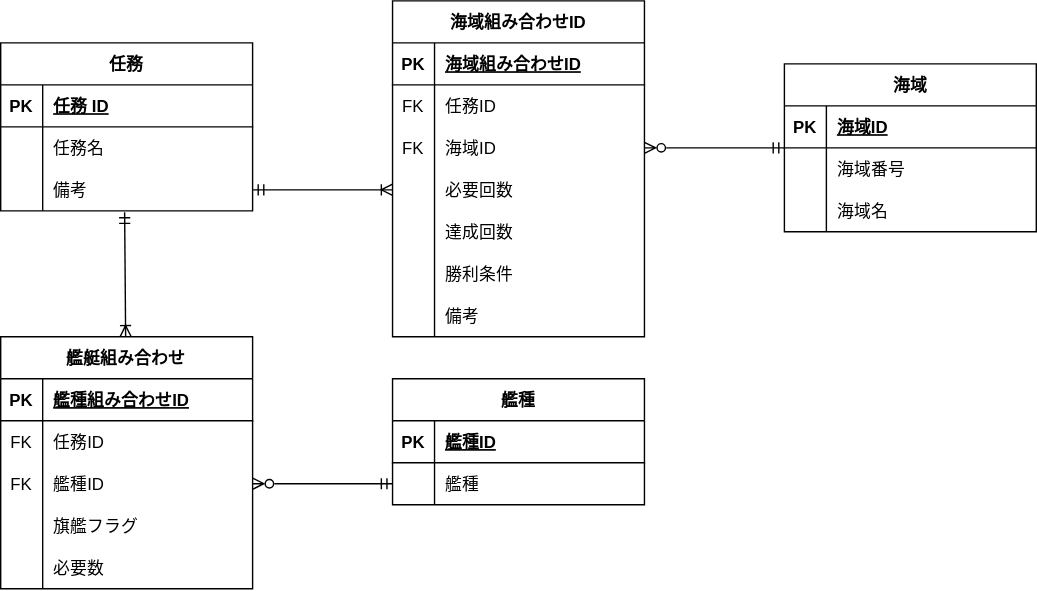
Before: doc/db-Ronri.drawio.svg, a diagram exported from draw.io (Dorayaki-Chan/KankoreQuest). Source tidied: cells renumbered, new cells last; positions are measured from the earlier drawing's top-left corner, leaving out a move shared by most shapes.
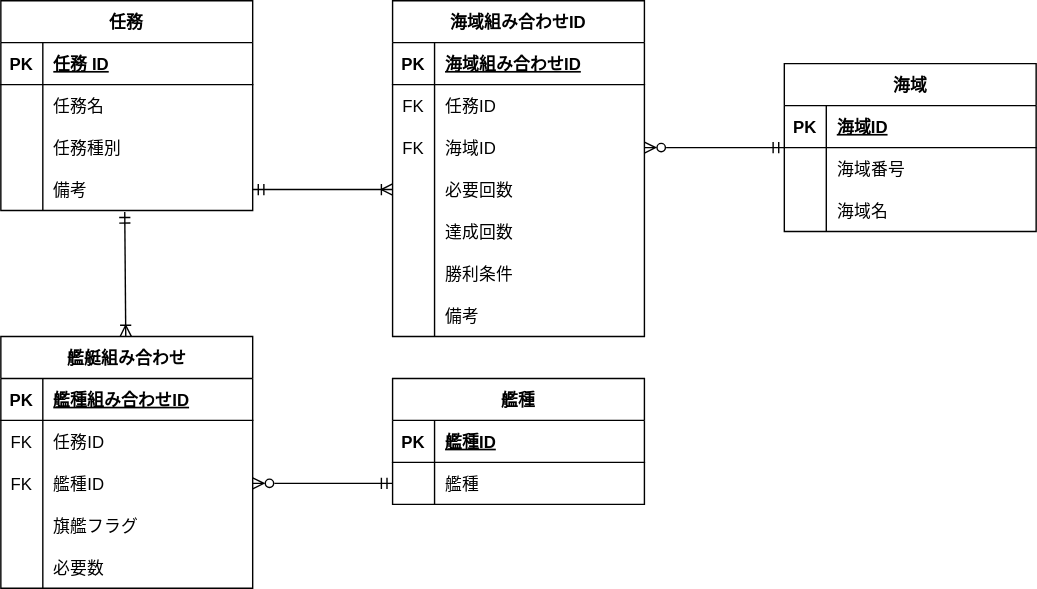
The same diagram one commit later.

What changed in the source:
```diff
@@ -3,7 +3,7 @@
     <mxCell id="0" />
     <mxCell id="1" parent="0" />
     <mxCell id="2" value="任務" style="shape=table;startSize=30;rowLines=0;fontStyle=1;align=center;" parent="1" vertex="1">
-      <mxGeometry y="30" width="180" height="120" as="geometry" />
+      <mxGeometry width="180" height="150" as="geometry" />
     </mxCell>
     <mxCell id="3" style="shape=tableRow;horizontal=0;startSize=0;swimlaneHead=0;swimlaneBody=0;fillColor=none;top=0;left=0;right=0;bottom=1;" parent="2" vertex="1">
       <mxGeometry y="30" width="180" height="30" as="geometry" />
@@ -23,8 +23,17 @@
     <mxCell id="8" value="任務名" style="shape=partialRectangle;fillColor=none;top=0;left=0;bottom=0;right=0;align=left;spacingLeft=6;overflow=hidden;" parent="6" vertex="1">
       <mxGeometry x="30" width="150" height="30" as="geometry" />
     </mxCell>
+    <mxCell id="72" style="shape=tableRow;horizontal=0;startSize=0;swimlaneHead=0;swimlaneBody=0;fillColor=none;top=0;left=0;right=0;bottom=0;" parent="2" vertex="1">
+      <mxGeometry y="90" width="180" height="30" as="geometry" />
+    </mxCell>
+    <mxCell id="73" style="shape=partialRectangle;fillColor=none;top=0;left=0;bottom=0;right=0;overflow=hidden;" parent="72" vertex="1">
+      <mxGeometry width="30" height="30" as="geometry" />
+    </mxCell>
+    <mxCell id="74" value="任務種別" style="shape=partialRectangle;fillColor=none;top=0;left=0;bottom=0;right=0;align=left;spacingLeft=6;overflow=hidden;" parent="72" vertex="1">
+      <mxGeometry x="30" width="150" height="30" as="geometry" />
+    </mxCell>
     <mxCell id="9" style="shape=tableRow;horizontal=0;startSize=0;swimlaneHead=0;swimlaneBody=0;fillColor=none;points=[[0,0.5],[1,0.5]];portConstraint=eastwest;top=0;left=0;right=0;bottom=0;" parent="2" vertex="1">
-      <mxGeometry y="90" width="180" height="30" as="geometry" />
+      <mxGeometry y="120" width="180" height="30" as="geometry" />
     </mxCell>
     <mxCell id="10" style="shape=partialRectangle;fillColor=none;top=0;left=0;bottom=0;right=0;overflow=hidden;" parent="9" vertex="1">
       <mxGeometry width="30" height="30" as="geometry" />
@@ -200,7 +209,7 @@
     <mxCell id="67" value="艦種" style="shape=partialRectangle;fillColor=none;top=0;left=0;bottom=0;right=0;align=left;spacingLeft=6;overflow=hidden;" parent="65" vertex="1">
       <mxGeometry x="30" width="150" height="30" as="geometry" />
     </mxCell>
-    <mxCell id="68" style="edgeStyle=none;html=1;exitX=1;exitY=0.5;exitDx=0;exitDy=0;endArrow=ERoneToMany;endFill=0;startArrow=ERmandOne;startFill=0;" parent="1" edge="1" source="x" target="22">
+    <mxCell id="68" style="edgeStyle=none;html=1;exitX=1;exitY=0.5;exitDx=0;exitDy=0;endArrow=ERoneToMany;endFill=0;startArrow=ERmandOne;startFill=0;" parent="1" edge="1" target="22">
       <mxGeometry relative="1" as="geometry" />
     </mxCell>
     <mxCell id="69" style="edgeStyle=none;html=1;startArrow=ERmandOne;startFill=0;endArrow=ERoneToMany;endFill=0;exitX=1;exitY=0.5;exitDx=0;exitDy=0;" parent="1" edge="1" source="9" target="22">
```
